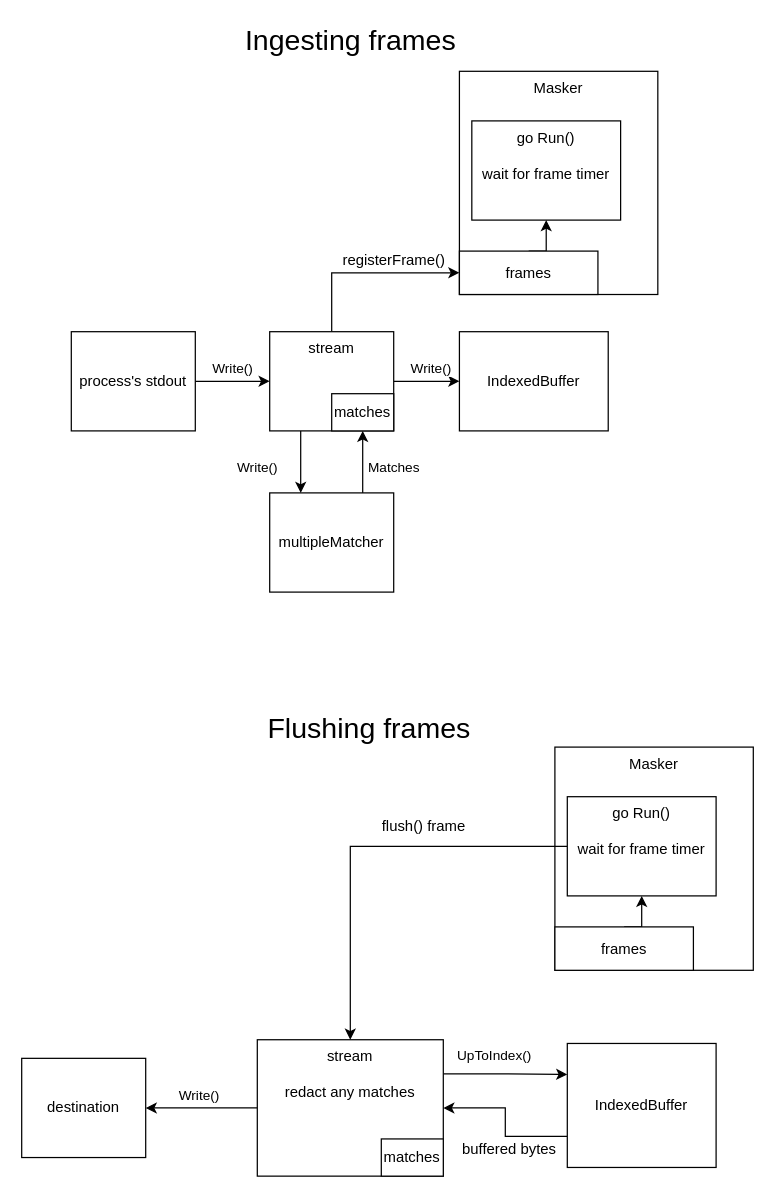
The draw.io diagram internals/cli/masker/masker_diagram.drawio in secrethub/secrethub-cli, before the edit. Source tidied: cells renumbered, new cells numbered last; positions are measured from the earlier drawing's top-left corner, leaving out a move shared by most shapes. Both pictures are drawn from the tidied source at 124%, with x=0, y=0 at pixel (21, 21).
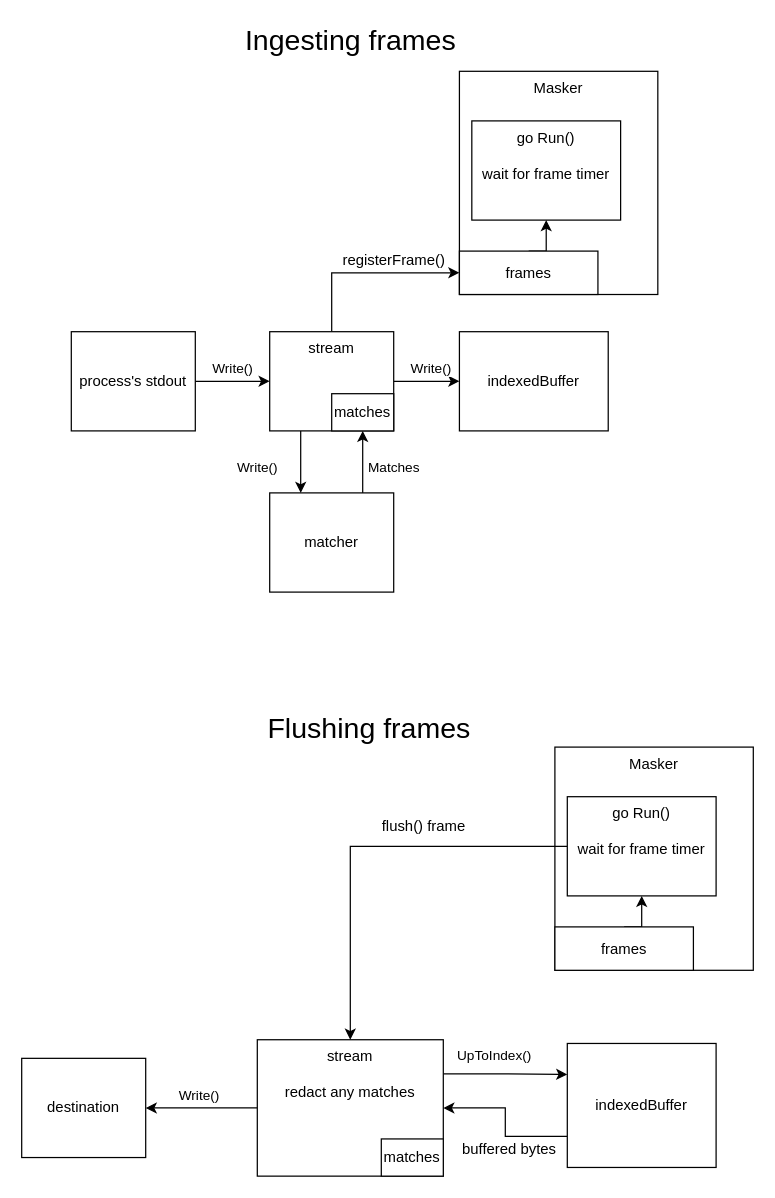
The same diagram, later.

Commit message (it also covers changes not shown here):
Update diagram to latest naming scheme

Change to the diagram source:
```diff
@@
-    <mxCell id="11" value="multipleMatcher" style="rounded=0;whiteSpace=wrap;html=1;" parent="1" vertex="1">
+    <mxCell id="11" value="matcher" style="rounded=0;whiteSpace=wrap;html=1;" parent="1" vertex="1">
       <mxGeometry x="200" y="380" width="100" height="80" as="geometry" />
     </mxCell>
@@
-    <mxCell id="13" value="IndexedBuffer" style="rounded=0;whiteSpace=wrap;html=1;" parent="1" vertex="1">
+    <mxCell id="13" value="indexedBuffer" style="rounded=0;whiteSpace=wrap;html=1;" parent="1" vertex="1">
       <mxGeometry x="353" y="250" width="120" height="80" as="geometry" />
     </mxCell>
@@
-    <mxCell id="21" value="IndexedBuffer" style="rounded=0;whiteSpace=wrap;html=1;" parent="1" vertex="1">
+    <mxCell id="21" value="indexedBuffer" style="rounded=0;whiteSpace=wrap;html=1;" parent="1" vertex="1">
       <mxGeometry x="440" y="824" width="120" height="100" as="geometry" />
     </mxCell>
```
